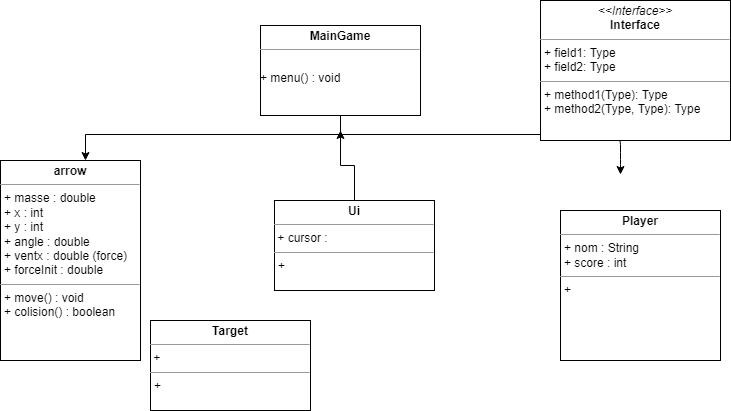
The draw.io diagram UMLDiagram.png in vbard1/mini-projet-2, before a commit. Source tidied: cells renumbered, new cells last; positions are measured from the earlier drawing's top-left corner, leaving out a move shared by most shapes.
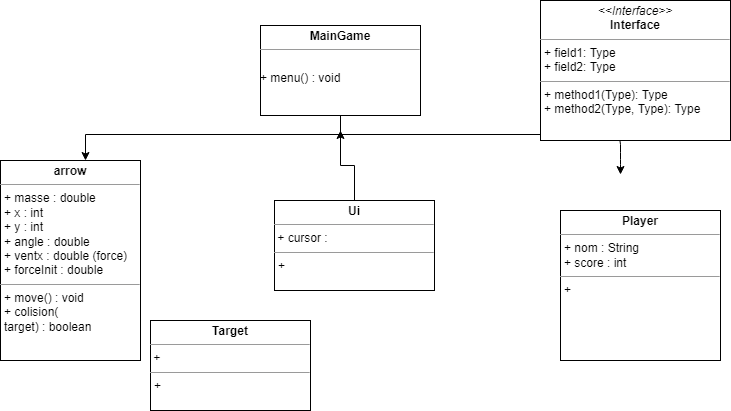
Above is the later version.

Change to the diagram source:
```diff
@@ -33,7 +33,7 @@
     <mxCell id="6" value="&lt;p style=&quot;margin: 0px ; margin-top: 4px ; text-align: center&quot;&gt;&lt;b&gt;MainGame&lt;/b&gt;&lt;/p&gt;&lt;hr size=&quot;1&quot;&gt;&lt;p style=&quot;margin: 0px ; margin-left: 4px&quot;&gt;&lt;br&gt;&lt;/p&gt;+ menu() : void" style="verticalAlign=top;align=left;overflow=fill;fontSize=12;fontFamily=Helvetica;html=1;" parent="1" vertex="1">
       <mxGeometry x="260" y="25" width="160" height="90" as="geometry" />
     </mxCell>
-    <mxCell id="7" value="&lt;p style=&quot;margin: 0px ; margin-top: 4px ; text-align: center&quot;&gt;&lt;b&gt;arrow&lt;/b&gt;&lt;br&gt;&lt;/p&gt;&lt;hr size=&quot;1&quot;&gt;&lt;p style=&quot;margin: 0px ; margin-left: 4px&quot;&gt;+ masse : double&lt;/p&gt;&lt;p style=&quot;margin: 0px ; margin-left: 4px&quot;&gt;+ x : int&lt;/p&gt;&lt;p style=&quot;margin: 0px ; margin-left: 4px&quot;&gt;+ y : int&lt;br&gt;&lt;/p&gt;&lt;p style=&quot;margin: 0px ; margin-left: 4px&quot;&gt;+ angle : double&lt;/p&gt;&lt;p style=&quot;margin: 0px ; margin-left: 4px&quot;&gt;+ ventx : double (force)&lt;/p&gt;&lt;p style=&quot;margin: 0px ; margin-left: 4px&quot;&gt;+ forceInit : double&lt;/p&gt;&lt;hr size=&quot;1&quot;&gt;&lt;p style=&quot;margin: 0px ; margin-left: 4px&quot;&gt;+ move() : void&lt;/p&gt;&lt;p style=&quot;margin: 0px ; margin-left: 4px&quot;&gt;+ colision() : boolean&lt;/p&gt;" style="verticalAlign=top;align=left;overflow=fill;fontSize=12;fontFamily=Helvetica;html=1;" parent="1" vertex="1">
+    <mxCell id="7" value="&lt;p style=&quot;margin: 0px ; margin-top: 4px ; text-align: center&quot;&gt;&lt;b&gt;arrow&lt;/b&gt;&lt;br&gt;&lt;/p&gt;&lt;hr size=&quot;1&quot;&gt;&lt;p style=&quot;margin: 0px ; margin-left: 4px&quot;&gt;+ masse : double&lt;/p&gt;&lt;p style=&quot;margin: 0px ; margin-left: 4px&quot;&gt;+ x : int&lt;/p&gt;&lt;p style=&quot;margin: 0px ; margin-left: 4px&quot;&gt;+ y : int&lt;br&gt;&lt;/p&gt;&lt;p style=&quot;margin: 0px ; margin-left: 4px&quot;&gt;+ angle : double&lt;/p&gt;&lt;p style=&quot;margin: 0px ; margin-left: 4px&quot;&gt;+ ventx : double (force)&lt;/p&gt;&lt;p style=&quot;margin: 0px ; margin-left: 4px&quot;&gt;+ forceInit : double&lt;/p&gt;&lt;hr size=&quot;1&quot;&gt;&lt;p style=&quot;margin: 0px ; margin-left: 4px&quot;&gt;+ move() : void&lt;/p&gt;&lt;p style=&quot;margin: 0px ; margin-left: 4px&quot;&gt;+ colision(&lt;/p&gt;&lt;p style=&quot;margin: 0px ; margin-left: 4px&quot;&gt;target) : boolean&lt;/p&gt;" style="verticalAlign=top;align=left;overflow=fill;fontSize=12;fontFamily=Helvetica;html=1;" parent="1" vertex="1">
       <mxGeometry y="160" width="140" height="200" as="geometry" />
     </mxCell>
     <mxCell id="8" style="edgeStyle=orthogonalEdgeStyle;rounded=0;jettySize=auto;html=1;exitX=0.5;exitY=0;exitDx=0;exitDy=0;" parent="1" edge="1" source="9">
```
